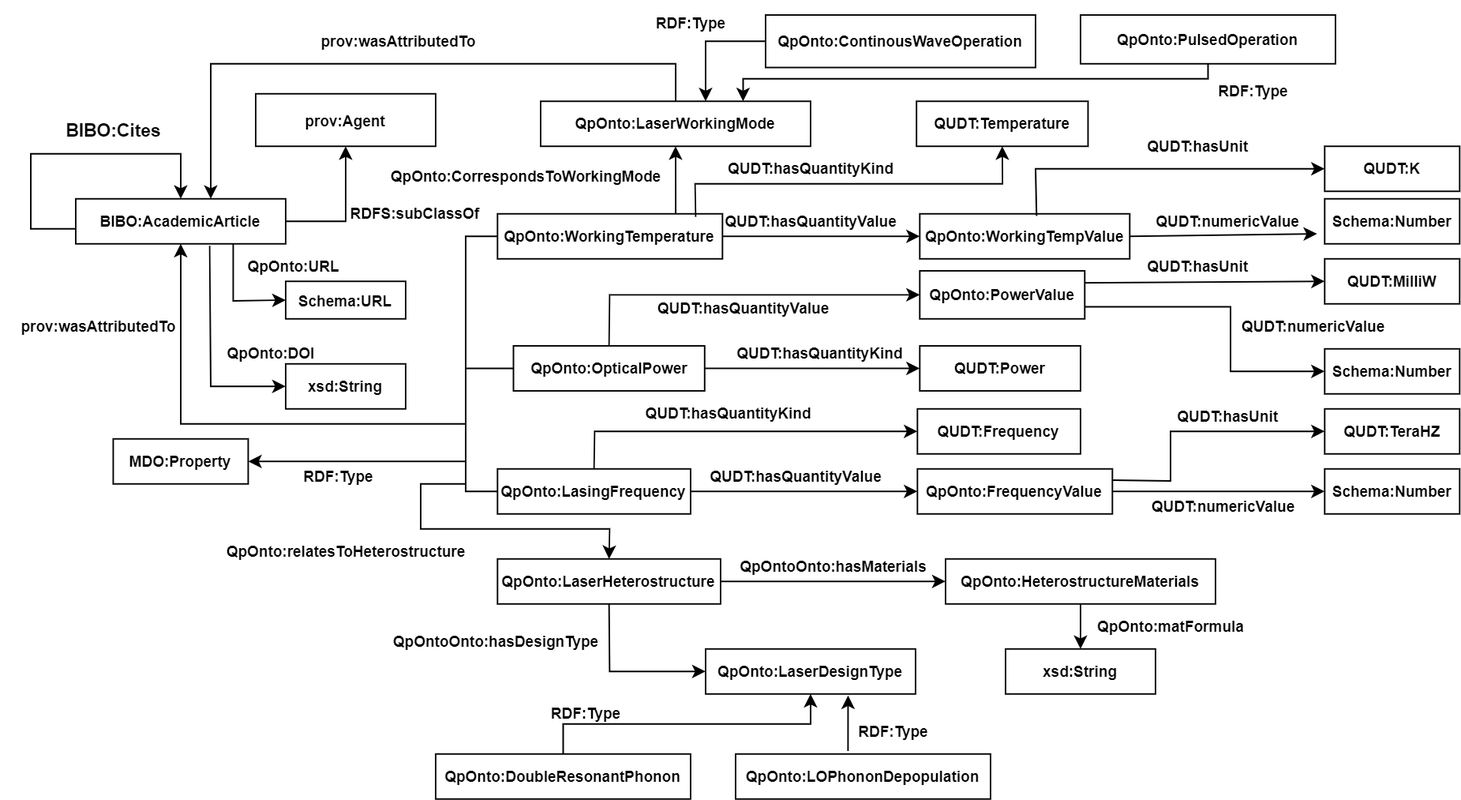
Before: Images/qKG.png, a diagram exported from draw.io (DeperiasKerre/qKG). Source tidied: cells renumbered, new cells last; positions are measured from the earlier drawing's top-left corner, leaving out a move shared by most shapes.
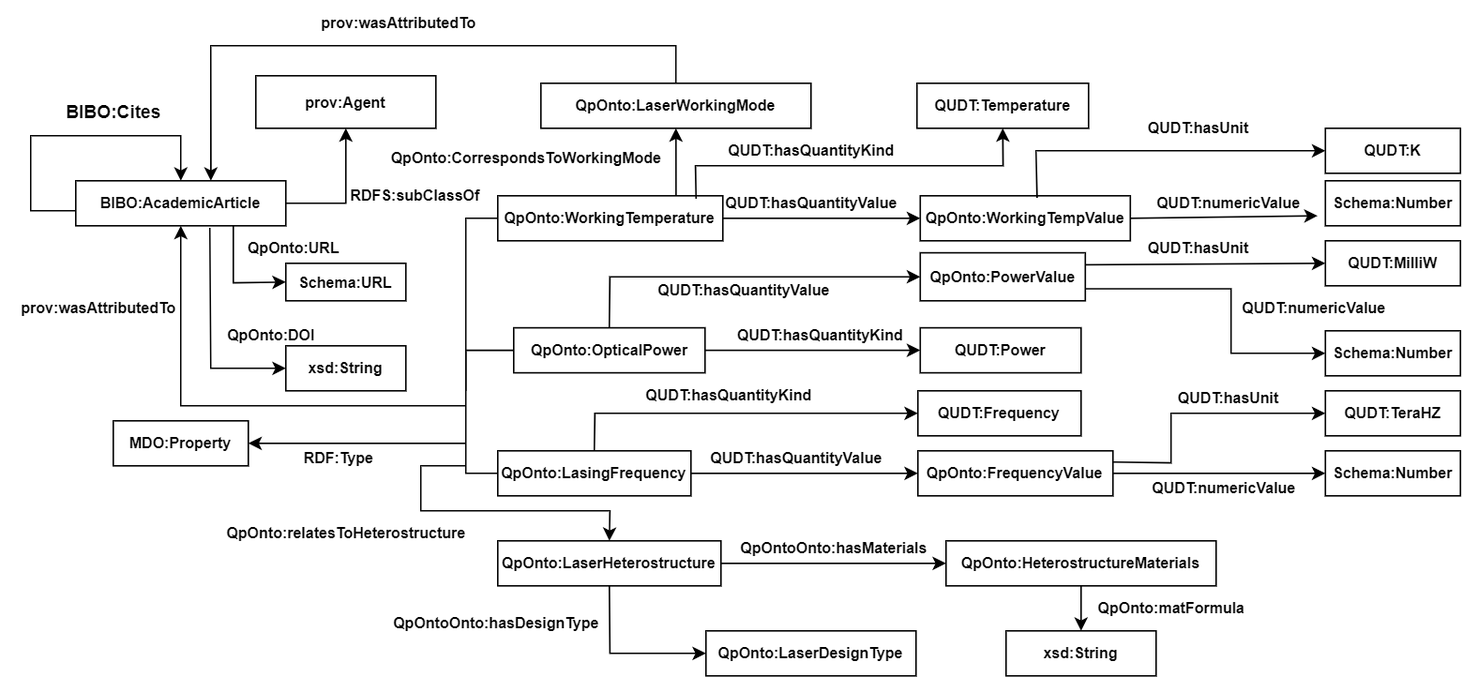
The same diagram one commit later.

What changed in the source:
```diff
@@ -307,59 +307,6 @@
     <mxCell id="75" value="&lt;b style=&quot;font-size: 10px;&quot;&gt;QUDT:numericValue&lt;/b&gt;" style="text;html=1;align=center;verticalAlign=middle;strokeColor=none;fillColor=none;" parent="1" vertex="1">
       <mxGeometry x="755" y="322" width="120" height="30" as="geometry" />
     </mxCell>
-    <mxCell id="76" value="&lt;font style=&quot;font-size: 10px;&quot;&gt;&lt;b&gt;QpOnto:ContinousWaveOperation&lt;/b&gt;&lt;/font&gt;" style="rounded=0;whiteSpace=wrap;html=1;" parent="1" vertex="1">
-      <mxGeometry x="510" y="9.5" width="180" height="35" as="geometry" />
-    </mxCell>
-    <mxCell id="77" value="&lt;font style=&quot;font-size: 10px;&quot;&gt;&lt;b&gt;QpOnto:PulsedOperation&lt;/b&gt;&lt;/font&gt;" style="rounded=0;whiteSpace=wrap;html=1;" parent="1" vertex="1">
-      <mxGeometry x="720" y="9.5" width="170" height="32.5" as="geometry" />
-    </mxCell>
-    <mxCell id="78" style="endArrow=classic;html=1;rounded=0;exitX=0;exitY=0.5;exitDx=0;exitDy=0;" parent="1" edge="1" source="76">
-      <mxGeometry relative="1" as="geometry">
-        <mxPoint x="470" y="67" as="targetPoint" />
-        <Array as="points">
-          <mxPoint x="470" y="27" />
-        </Array>
-      </mxGeometry>
-    </mxCell>
-    <mxCell id="79" style="endArrow=classic;html=1;rounded=0;entryX=0.75;entryY=0;entryDx=0;entryDy=0;exitX=0.5;exitY=1;exitDx=0;exitDy=0;" parent="1" edge="1" source="77" target="7">
-      <mxGeometry relative="1" as="geometry">
-        <Array as="points">
-          <mxPoint x="805" y="52" />
-          <mxPoint x="495" y="52" />
-        </Array>
-      </mxGeometry>
-    </mxCell>
-    <mxCell id="80" value="&lt;font style=&quot;font-size: 10px;&quot;&gt;&lt;b&gt;RDF:Type&lt;/b&gt;&lt;/font&gt;" style="text;html=1;align=center;verticalAlign=middle;strokeColor=none;fillColor=none;" parent="1" vertex="1">
-      <mxGeometry x="800" y="44.5" width="70" height="30" as="geometry" />
-    </mxCell>
-    <mxCell id="81" value="&lt;b style=&quot;font-size: 10px;&quot;&gt;RDF:Type&lt;/b&gt;" style="text;html=1;align=center;verticalAlign=middle;strokeColor=none;fillColor=none;" parent="1" vertex="1">
-      <mxGeometry x="425" width="70" height="30" as="geometry" />
-    </mxCell>
-    <mxCell id="82" value="&lt;font style=&quot;font-size: 10px;&quot;&gt;&lt;b&gt;QpOnto:DoubleResonantPhonon&lt;/b&gt;&lt;/font&gt;" style="rounded=0;whiteSpace=wrap;html=1;" parent="1" vertex="1">
-      <mxGeometry x="290" y="502" width="170" height="30" as="geometry" />
-    </mxCell>
-    <mxCell id="83" value="&lt;font style=&quot;font-size: 10px;&quot;&gt;&lt;b&gt;QpOnto:LOPhononDepopulation&lt;/b&gt;&lt;/font&gt;" style="rounded=0;whiteSpace=wrap;html=1;" parent="1" vertex="1">
-      <mxGeometry x="490" y="502" width="170" height="30" as="geometry" />
-    </mxCell>
-    <mxCell id="84" style="endArrow=classic;html=1;rounded=0;exitX=0.441;exitY=-0.067;exitDx=0;exitDy=0;exitPerimeter=0;" parent="1" edge="1" source="83">
-      <mxGeometry relative="1" as="geometry">
-        <mxPoint x="565" y="463" as="targetPoint" />
-      </mxGeometry>
-    </mxCell>
-    <mxCell id="85" style="endArrow=classic;html=1;rounded=0;exitX=0.5;exitY=0;exitDx=0;exitDy=0;entryX=0.5;entryY=1;entryDx=0;entryDy=0;" parent="1" edge="1" source="82" target="16">
-      <mxGeometry relative="1" as="geometry">
-        <Array as="points">
-          <mxPoint x="375" y="482" />
-          <mxPoint x="540" y="482" />
-        </Array>
-      </mxGeometry>
-    </mxCell>
-    <mxCell id="86" value="&lt;b style=&quot;font-size: 10px;&quot;&gt;RDF:Type&lt;/b&gt;" style="text;html=1;align=center;verticalAlign=middle;strokeColor=none;fillColor=none;" parent="1" vertex="1">
-      <mxGeometry x="355" y="460" width="70" height="30" as="geometry" />
-    </mxCell>
-    <mxCell id="87" value="&lt;b style=&quot;font-size: 10px;&quot;&gt;RDF:Type&lt;/b&gt;" style="text;html=1;align=center;verticalAlign=middle;strokeColor=none;fillColor=none;" parent="1" vertex="1">
-      <mxGeometry x="560" y="472" width="70" height="30" as="geometry" />
-    </mxCell>
     <mxCell id="88" value="&lt;font style=&quot;font-size: 10px;&quot;&gt;&lt;b&gt;RDFS:subClassOf&lt;/b&gt;&lt;/font&gt;" style="text;html=1;align=center;verticalAlign=middle;strokeColor=none;fillColor=none;" parent="1" vertex="1">
       <mxGeometry x="221.2" y="127" width="110" height="30" as="geometry" />
     </mxCell>
```
